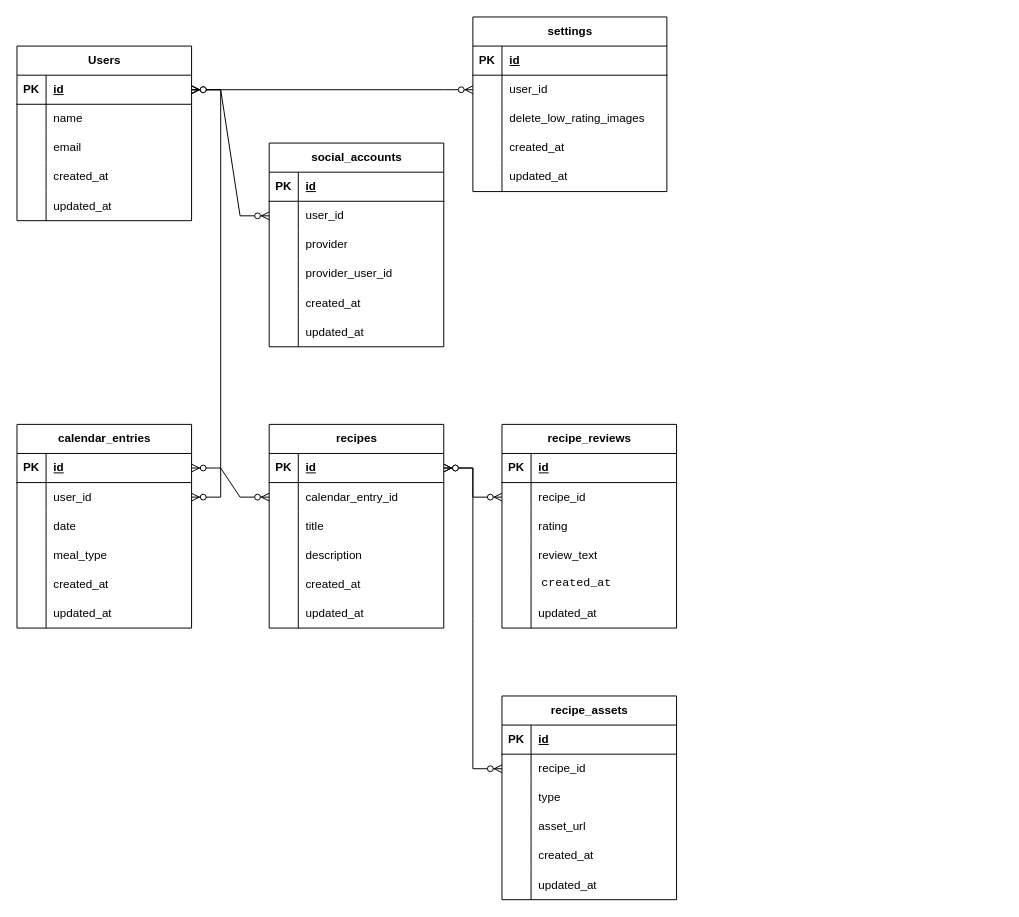
The draw.io diagram docs/er-diagrams/レシピレビューアプリ_ER図.drawio in tomomaru034/recipe_review_app, before the edit. Source tidied: cells renumbered, new cells numbered last; positions are measured from the earlier drawing's top-left corner, leaving out a move shared by most shapes. Both pictures are drawn from the tidied source at 97%, with x=0, y=0 at pixel (16, 16).
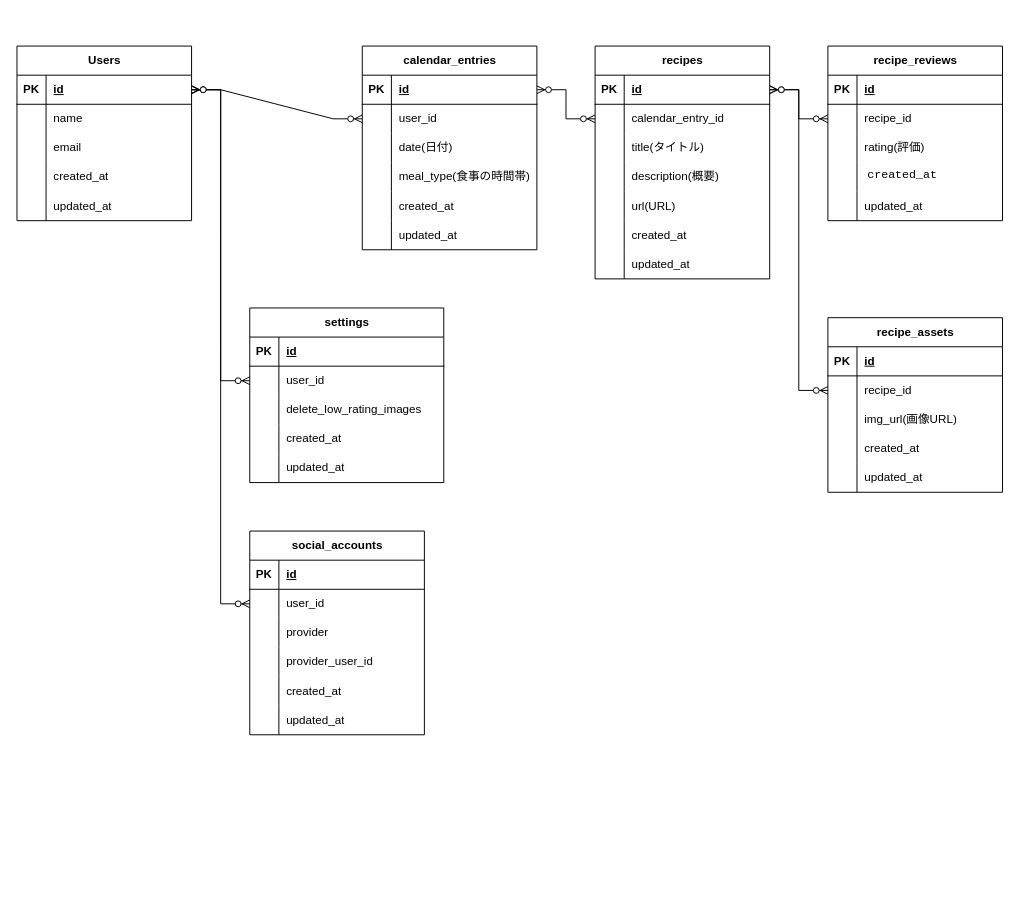
The same diagram, later.

Commit message:
レシピレビューアプリ_ER図.drawio を更新します

The change refers to these unchanged cells:
```xml
<mxCell id="3" style="shape=tableRow;horizontal=0;startSize=0;swimlaneHead=0;swimlaneBody=0;fillColor=none;points=[[0,0.5],[1,0.5]];portConstraint=eastwest;top=0;left=0;right=0;bottom=1;" parent="2" vertex="1">
  <mxGeometry y="30" width="180" height="30" as="geometry" />
</mxCell>
<mxCell id="22" style="shape=tableRow;horizontal=0;startSize=0;swimlaneHead=0;swimlaneBody=0;fillColor=none;points=[[0,0.5],[1,0.5]];portConstraint=eastwest;top=0;left=0;right=0;bottom=0;" parent="18" vertex="1">
  <mxGeometry y="60" width="180" height="30" as="geometry" />
</mxCell>
<mxCell id="41" style="shape=tableRow;horizontal=0;startSize=0;swimlaneHead=0;swimlaneBody=0;fillColor=none;points=[[0,0.5],[1,0.5]];portConstraint=eastwest;top=0;left=0;right=0;bottom=0;" parent="37" vertex="1">
  <mxGeometry y="60" width="180" height="30" as="geometry" />
</mxCell>
<mxCell id="44" style="shape=tableRow;horizontal=0;startSize=0;swimlaneHead=0;swimlaneBody=0;fillColor=none;top=0;left=0;right=0;bottom=0;" parent="37" vertex="1">
  <mxGeometry y="90" width="180" height="30" as="geometry" />
</mxCell>
<mxCell id="47" style="shape=tableRow;horizontal=0;startSize=0;swimlaneHead=0;swimlaneBody=0;fillColor=none;top=0;left=0;right=0;bottom=0;" parent="37" vertex="1">
  <mxGeometry y="120" width="180" height="30" as="geometry" />
</mxCell>
<mxCell id="57" style="shape=tableRow;horizontal=0;startSize=0;swimlaneHead=0;swimlaneBody=0;fillColor=none;points=[[0,0.5],[1,0.5]];portConstraint=eastwest;top=0;left=0;right=0;bottom=1;" parent="56" vertex="1">
  <mxGeometry y="30" width="180" height="30" as="geometry" />
</mxCell>
<mxCell id="63" style="shape=tableRow;horizontal=0;startSize=0;swimlaneHead=0;swimlaneBody=0;fillColor=none;top=0;left=0;right=0;bottom=0;" parent="56" vertex="1">
  <mxGeometry y="90" width="180" height="30" as="geometry" />
</mxCell>
<mxCell id="66" style="shape=tableRow;horizontal=0;startSize=0;swimlaneHead=0;swimlaneBody=0;fillColor=none;top=0;left=0;right=0;bottom=0;" parent="56" vertex="1">
  <mxGeometry y="120" width="180" height="30" as="geometry" />
</mxCell>
<mxCell id="82" style="shape=tableRow;horizontal=0;startSize=0;swimlaneHead=0;swimlaneBody=0;fillColor=none;top=0;left=0;right=0;bottom=0;" parent="75" vertex="1">
  <mxGeometry y="90" width="180" height="30" as="geometry" />
</mxCell>
<mxCell id="98" style="shape=tableRow;horizontal=0;startSize=0;swimlaneHead=0;swimlaneBody=0;fillColor=none;points=[[0,0.5],[1,0.5]];portConstraint=eastwest;top=0;left=0;right=0;bottom=0;" parent="94" vertex="1">
  <mxGeometry y="60" width="180" height="30" as="geometry" />
</mxCell>
```

Diff of the diagram source:
```diff
@@
     <mxCell id="18" value="social_accounts" style="shape=table;startSize=30;childLayout=tableLayout;rowLines=0;fontStyle=1;align=center;html=1;" parent="1" vertex="1">
-      <mxGeometry x="260" y="130" width="180" height="210" as="geometry" />
+      <mxGeometry x="240" y="530" width="180" height="210" as="geometry" />
     </mxCell>
@@
     <mxCell id="37" value="calendar_entries" style="shape=table;startSize=30;childLayout=tableLayout;rowLines=0;fontStyle=1;align=center;html=1;" parent="1" vertex="1">
-      <mxGeometry y="420" width="180" height="210" as="geometry" />
+      <mxGeometry x="356" y="30" width="180" height="210" as="geometry" />
     </mxCell>
@@
-    <mxCell id="46" value="date" style="shape=partialRectangle;fillColor=none;top=0;left=0;bottom=0;right=0;align=left;spacingLeft=6;overflow=hidden;whiteSpace=wrap;html=1;" parent="44" vertex="1">
+    <mxCell id="46" value="date(日付)" style="shape=partialRectangle;fillColor=none;top=0;left=0;bottom=0;right=0;align=left;spacingLeft=6;overflow=hidden;whiteSpace=wrap;html=1;" parent="44" vertex="1">
       <mxGeometry x="30" width="150" height="30" as="geometry" />
     </mxCell>
@@
-    <mxCell id="49" value="meal_type" style="shape=partialRectangle;fillColor=none;top=0;left=0;bottom=0;right=0;align=left;spacingLeft=6;overflow=hidden;whiteSpace=wrap;html=1;" parent="47" vertex="1">
+    <mxCell id="49" value="meal_type(食事の時間帯)" style="shape=partialRectangle;fillColor=none;top=0;left=0;bottom=0;right=0;align=left;spacingLeft=6;overflow=hidden;whiteSpace=wrap;html=1;" parent="47" vertex="1">
       <mxGeometry x="30" width="150" height="30" as="geometry" />
     </mxCell>
@@
     <mxCell id="56" value="recipes" style="shape=table;startSize=30;childLayout=tableLayout;rowLines=0;fontStyle=1;align=center;html=1;" parent="1" vertex="1">
-      <mxGeometry x="260" y="420" width="180" height="210" as="geometry" />
+      <mxGeometry x="596" y="30" width="180" height="240" as="geometry" />
     </mxCell>
@@
-    <mxCell id="65" value="title" style="shape=partialRectangle;fillColor=none;top=0;left=0;bottom=0;right=0;align=left;spacingLeft=6;overflow=hidden;whiteSpace=wrap;html=1;" parent="63" vertex="1">
+    <mxCell id="65" value="title(タイトル)" style="shape=partialRectangle;fillColor=none;top=0;left=0;bottom=0;right=0;align=left;spacingLeft=6;overflow=hidden;whiteSpace=wrap;html=1;" parent="63" vertex="1">
       <mxGeometry x="30" width="150" height="30" as="geometry" />
     </mxCell>
@@
-    <mxCell id="68" value="description" style="shape=partialRectangle;fillColor=none;top=0;left=0;bottom=0;right=0;align=left;spacingLeft=6;overflow=hidden;whiteSpace=wrap;html=1;" parent="66" vertex="1">
+    <mxCell id="68" value="description(概要)" style="shape=partialRectangle;fillColor=none;top=0;left=0;bottom=0;right=0;align=left;spacingLeft=6;overflow=hidden;whiteSpace=wrap;html=1;" parent="66" vertex="1">
       <mxGeometry x="30" width="150" height="30" as="geometry" />
     </mxCell>
+    <mxCell id="135" style="shape=tableRow;horizontal=0;startSize=0;swimlaneHead=0;swimlaneBody=0;fillColor=none;top=0;left=0;right=0;bottom=0;" parent="56" vertex="1">
+      <mxGeometry y="150" width="180" height="30" as="geometry" />
+    </mxCell>
+    <mxCell id="136" style="shape=partialRectangle;fillColor=none;top=0;left=0;bottom=0;right=0;overflow=hidden;whiteSpace=wrap;html=1;" parent="135" vertex="1">
+      <mxGeometry width="30" height="30" as="geometry" />
+    </mxCell>
+    <mxCell id="137" value="url(URL)" style="shape=partialRectangle;fillColor=none;top=0;left=0;bottom=0;right=0;align=left;spacingLeft=6;overflow=hidden;whiteSpace=wrap;html=1;" parent="135" vertex="1">
+      <mxGeometry x="30" width="150" height="30" as="geometry" />
+    </mxCell>
     <mxCell id="69" style="shape=tableRow;horizontal=0;startSize=0;swimlaneHead=0;swimlaneBody=0;fillColor=none;top=0;left=0;right=0;bottom=0;" parent="56" vertex="1">
-      <mxGeometry y="150" width="180" height="30" as="geometry" />
+      <mxGeometry y="180" width="180" height="30" as="geometry" />
     </mxCell>
@@
     <mxCell id="72" style="shape=tableRow;horizontal=0;startSize=0;swimlaneHead=0;swimlaneBody=0;fillColor=none;top=0;left=0;right=0;bottom=0;" parent="56" vertex="1">
-      <mxGeometry y="180" width="180" height="30" as="geometry" />
+      <mxGeometry y="210" width="180" height="30" as="geometry" />
     </mxCell>
@@
     <mxCell id="75" value="recipe_reviews" style="shape=table;startSize=30;childLayout=tableLayout;rowLines=0;fontStyle=1;align=center;html=1;" parent="1" vertex="1">
-      <mxGeometry x="500" y="420" width="180" height="210" as="geometry" />
+      <mxGeometry x="836" y="30" width="180" height="180" as="geometry" />
     </mxCell>
@@
-    <mxCell id="84" value="rating" style="shape=partialRectangle;fillColor=none;top=0;left=0;bottom=0;right=0;align=left;spacingLeft=6;overflow=hidden;whiteSpace=wrap;html=1;" parent="82" vertex="1">
+    <mxCell id="84" value="rating(評価)" style="shape=partialRectangle;fillColor=none;top=0;left=0;bottom=0;right=0;align=left;spacingLeft=6;overflow=hidden;whiteSpace=wrap;html=1;" parent="82" vertex="1">
       <mxGeometry x="30" width="150" height="30" as="geometry" />
     </mxCell>
-    <mxCell id="85" style="shape=tableRow;horizontal=0;startSize=0;swimlaneHead=0;swimlaneBody=0;fillColor=none;top=0;left=0;right=0;bottom=0;" parent="75" vertex="1">
-      <mxGeometry y="120" width="180" height="30" as="geometry" />
-    </mxCell>
-    <mxCell id="86" style="shape=partialRectangle;fillColor=none;top=0;left=0;bottom=0;right=0;overflow=hidden;whiteSpace=wrap;html=1;" parent="85" vertex="1">
-      <mxGeometry width="30" height="30" as="geometry" />
-    </mxCell>
-    <mxCell id="87" value="review_text" style="shape=partialRectangle;fillColor=none;top=0;left=0;bottom=0;right=0;align=left;spacingLeft=6;overflow=hidden;whiteSpace=wrap;html=1;" parent="85" vertex="1">
-      <mxGeometry x="30" width="150" height="30" as="geometry" />
-    </mxCell>
     <mxCell id="88" style="shape=tableRow;horizontal=0;startSize=0;swimlaneHead=0;swimlaneBody=0;fillColor=none;top=0;left=0;right=0;bottom=0;" parent="75" vertex="1">
-      <mxGeometry y="150" width="180" height="30" as="geometry" />
+      <mxGeometry y="120" width="180" height="30" as="geometry" />
     </mxCell>
@@
     <mxCell id="91" style="shape=tableRow;horizontal=0;startSize=0;swimlaneHead=0;swimlaneBody=0;fillColor=none;top=0;left=0;right=0;bottom=0;" parent="75" vertex="1">
-      <mxGeometry y="180" width="180" height="30" as="geometry" />
+      <mxGeometry y="150" width="180" height="30" as="geometry" />
     </mxCell>
@@
     <mxCell id="94" value="recipe_assets" style="shape=table;startSize=30;childLayout=tableLayout;rowLines=0;fontStyle=1;align=center;html=1;" parent="1" vertex="1">
-      <mxGeometry x="500" y="700" width="180" height="210" as="geometry" />
+      <mxGeometry x="836" y="310" width="180" height="180" as="geometry" />
     </mxCell>
@@
-    <mxCell id="101" style="shape=tableRow;horizontal=0;startSize=0;swimlaneHead=0;swimlaneBody=0;fillColor=none;top=0;left=0;right=0;bottom=0;" parent="94" vertex="1">
-      <mxGeometry y="90" width="180" height="30" as="geometry" />
-    </mxCell>
-    <mxCell id="102" style="shape=partialRectangle;fillColor=none;top=0;left=0;bottom=0;right=0;overflow=hidden;whiteSpace=wrap;html=1;" parent="101" vertex="1">
-      <mxGeometry width="30" height="30" as="geometry" />
-    </mxCell>
-    <mxCell id="103" value="type" style="shape=partialRectangle;fillColor=none;top=0;left=0;bottom=0;right=0;align=left;spacingLeft=6;overflow=hidden;whiteSpace=wrap;html=1;" parent="101" vertex="1">
-      <mxGeometry x="30" width="150" height="30" as="geometry" />
-    </mxCell>
     <mxCell id="104" style="shape=tableRow;horizontal=0;startSize=0;swimlaneHead=0;swimlaneBody=0;fillColor=none;top=0;left=0;right=0;bottom=0;" parent="94" vertex="1">
-      <mxGeometry y="120" width="180" height="30" as="geometry" />
+      <mxGeometry y="90" width="180" height="30" as="geometry" />
     </mxCell>
@@
-    <mxCell id="106" value="asset_url" style="shape=partialRectangle;fillColor=none;top=0;left=0;bottom=0;right=0;align=left;spacingLeft=6;overflow=hidden;whiteSpace=wrap;html=1;" parent="104" vertex="1">
+    <mxCell id="106" value="img_url(画像URL)" style="shape=partialRectangle;fillColor=none;top=0;left=0;bottom=0;right=0;align=left;spacingLeft=6;overflow=hidden;whiteSpace=wrap;html=1;" parent="104" vertex="1">
       <mxGeometry x="30" width="150" height="30" as="geometry" />
     </mxCell>
     <mxCell id="107" style="shape=tableRow;horizontal=0;startSize=0;swimlaneHead=0;swimlaneBody=0;fillColor=none;top=0;left=0;right=0;bottom=0;" parent="94" vertex="1">
-      <mxGeometry y="150" width="180" height="30" as="geometry" />
+      <mxGeometry y="120" width="180" height="30" as="geometry" />
     </mxCell>
@@
     <mxCell id="110" style="shape=tableRow;horizontal=0;startSize=0;swimlaneHead=0;swimlaneBody=0;fillColor=none;top=0;left=0;right=0;bottom=0;" parent="94" vertex="1">
-      <mxGeometry y="180" width="180" height="30" as="geometry" />
+      <mxGeometry y="150" width="180" height="30" as="geometry" />
     </mxCell>
@@
     <mxCell id="113" value="settings" style="shape=table;startSize=30;childLayout=tableLayout;rowLines=0;fontStyle=1;align=center;html=1;" parent="1" vertex="1">
-      <mxGeometry x="470" width="200" height="180" as="geometry" />
+      <mxGeometry x="240" y="300" width="200" height="180" as="geometry" />
     </mxCell>
@@
     <mxCell id="129" style="edgeStyle=entityRelationEdgeStyle;fontSize=12;html=1;endArrow=ERzeroToMany;endFill=1;startArrow=ERzeroToMany;rounded=0;entryX=0;entryY=0.5;entryDx=0;entryDy=0;exitX=1;exitY=0.5;exitDx=0;exitDy=0;" parent="1" edge="1" source="3" target="22">
-      <mxGeometry relative="1" as="geometry" />
+      <mxGeometry relative="1" as="geometry">
+        <Array as="points">
+          <mxPoint x="180" y="230" />
+          <mxPoint x="170" y="220" />
+        </Array>
+      </mxGeometry>
     </mxCell>
@@
-    <mxCell id="131" style="edgeStyle=entityRelationEdgeStyle;fontSize=12;html=1;endArrow=ERzeroToMany;endFill=1;startArrow=ERzeroToMany;rounded=0;entryDx=0;entryDy=0;exitDx=0;exitDy=0;entryX=1;entryY=0.5;exitX=1;exitY=0.5;" parent="1" edge="1" source="41" target="3">
+    <mxCell id="131" style="edgeStyle=entityRelationEdgeStyle;fontSize=12;html=1;endArrow=ERzeroToMany;endFill=1;startArrow=ERzeroToMany;rounded=0;entryDx=0;entryDy=0;exitDx=0;exitDy=0;entryX=1;entryY=0.5;exitX=0;exitY=0.5;" parent="1" edge="1" source="41" target="3">
       <mxGeometry relative="1" as="geometry" />
     </mxCell>
@@
-    <mxCell id="134" style="edgeStyle=entityRelationEdgeStyle;fontSize=12;html=1;endArrow=ERzeroToMany;endFill=1;startArrow=ERzeroToMany;rounded=0;entryX=0;entryY=0.5;entryDx=0;entryDy=0;" parent="1" edge="1" target="98">
-      <mxGeometry relative="1" as="geometry">
-        <mxPoint x="440" y="465" as="sourcePoint" />
-      </mxGeometry>
+    <mxCell id="134" style="edgeStyle=entityRelationEdgeStyle;fontSize=12;html=1;endArrow=ERzeroToMany;endFill=1;startArrow=ERzeroToMany;rounded=0;entryX=0;entryY=0.5;entryDx=0;entryDy=0;exitX=1;exitY=0.5;exitDx=0;exitDy=0;" parent="1" edge="1" source="57" target="98">
+      <mxGeometry relative="1" as="geometry" />
     </mxCell>
```
